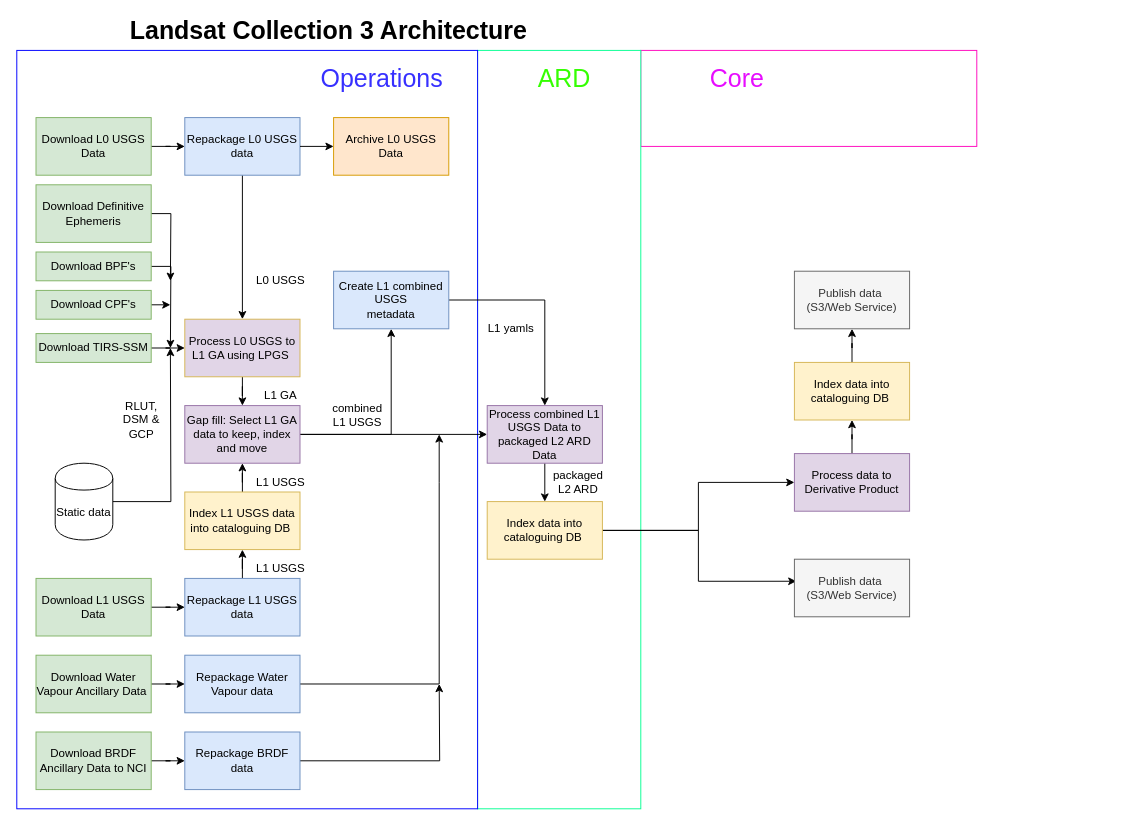
Above: collection3/c3dataflow.drawio in dunkgray/dea-document-images (draw.io), before the change. Source tidied: cells renumbered, new cells numbered last; positions are measured from the earlier drawing's top-left corner, leaving out a move shared by most shapes. Both pictures are drawn from the tidied source at 96%, with x=0, y=0 at pixel (16, 21).
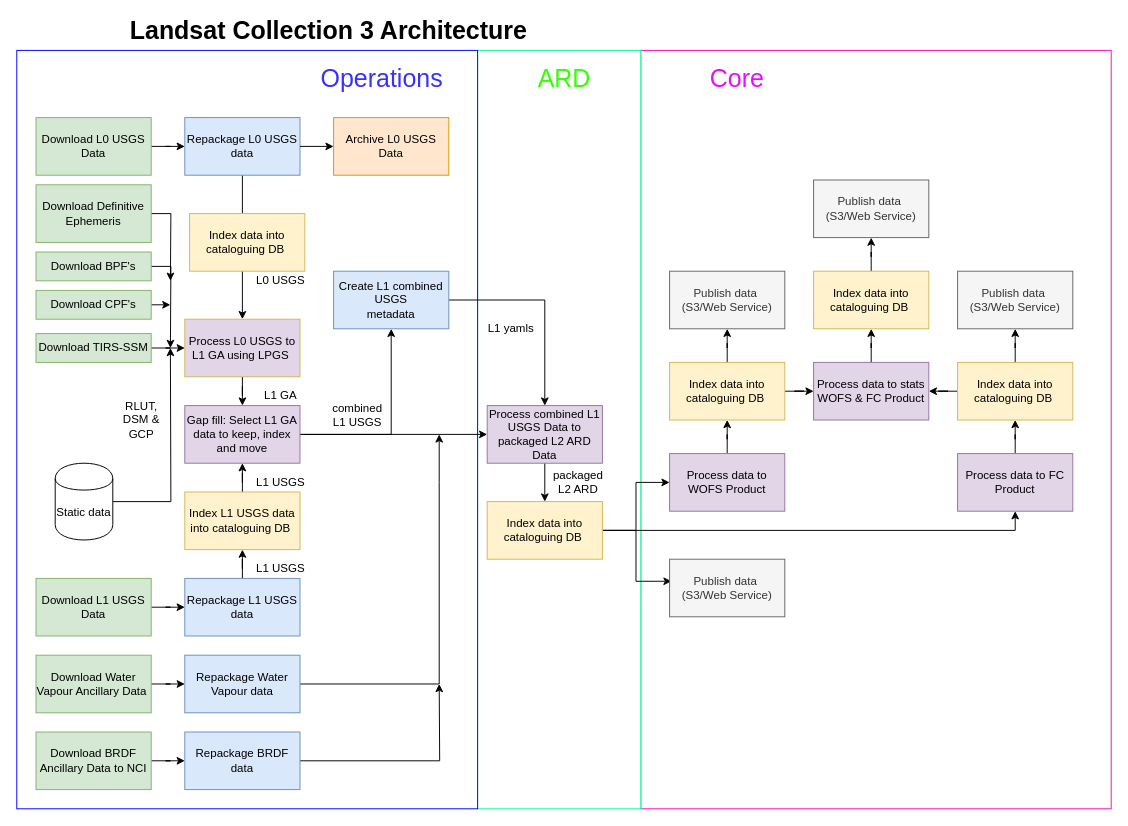
The same diagram, later.

Commit message:
add more core processes

Unchanged cells that the change refers to:
```xml
<mxCell id="12" value="Index data into cataloguing DB&amp;nbsp;" style="rounded=0;whiteSpace=wrap;html=1;fillColor=#fff2cc;strokeColor=#d6b656;" parent="1" vertex="1">
  <mxGeometry x="490" y="500" width="120" height="60" as="geometry" />
</mxCell>
```

Diff of the diagram source:
```diff
@@
     <mxCell id="2" style="rounded=0;whiteSpace=wrap;html=1;labelBackgroundColor=none;fontSize=26;strokeColor=#FF0ABE;" parent="1" vertex="1">
-      <mxGeometry x="650" y="30" width="350" height="100" as="geometry" />
+      <mxGeometry x="650" y="30" width="490" height="790" as="geometry" />
     </mxCell>
@@
+    <mxCell id="65" style="edgeStyle=orthogonalEdgeStyle;rounded=0;jettySize=auto;html=1;" parent="1" edge="1" source="12" target="69">
+      <mxGeometry relative="1" as="geometry">
+        <Array as="points">
+          <mxPoint x="1040" y="530" />
+        </Array>
+      </mxGeometry>
+    </mxCell>
@@
     <mxCell id="58" value="Publish data&amp;nbsp;&lt;br&gt;(S3/Web Service)" style="rounded=0;whiteSpace=wrap;html=1;fillColor=#f5f5f5;strokeColor=#666666;fontColor=#333333;" parent="1" vertex="1">
-      <mxGeometry x="810" y="560" width="120" height="60" as="geometry" />
+      <mxGeometry x="680" y="560" width="120" height="60" as="geometry" />
     </mxCell>
@@
-    <mxCell id="60" value="Process data to Derivative Product" style="rounded=0;whiteSpace=wrap;html=1;fillColor=#e1d5e7;strokeColor=#9673a6;" parent="1" vertex="1">
-      <mxGeometry x="810" y="450" width="120" height="60" as="geometry" />
+    <mxCell id="60" value="Process data to WOFS Product" style="rounded=0;whiteSpace=wrap;html=1;fillColor=#e1d5e7;strokeColor=#9673a6;" parent="1" vertex="1">
+      <mxGeometry x="680" y="450" width="120" height="60" as="geometry" />
     </mxCell>
@@
+    <mxCell id="66" style="edgeStyle=orthogonalEdgeStyle;rounded=0;jettySize=auto;html=1;" parent="1" edge="1" source="62" target="75">
+      <mxGeometry relative="1" as="geometry" />
+    </mxCell>
     <mxCell id="62" value="Index data into cataloguing DB&amp;nbsp;" style="rounded=0;whiteSpace=wrap;html=1;fillColor=#fff2cc;strokeColor=#d6b656;" parent="1" vertex="1">
-      <mxGeometry x="810" y="355" width="120" height="60" as="geometry" />
+      <mxGeometry x="680" y="355" width="120" height="60" as="geometry" />
     </mxCell>
     <mxCell id="63" value="Publish data&amp;nbsp;&lt;br&gt;(S3/Web Service)" style="rounded=0;whiteSpace=wrap;html=1;fillColor=#f5f5f5;strokeColor=#666666;fontColor=#333333;" parent="1" vertex="1">
-      <mxGeometry x="810" y="260" width="120" height="60" as="geometry" />
+      <mxGeometry x="680" y="260" width="120" height="60" as="geometry" />
     </mxCell>
@@
+    <mxCell id="67" value="Index data into cataloguing DB&amp;nbsp;" style="rounded=0;whiteSpace=wrap;html=1;fillColor=#fff2cc;strokeColor=#d6b656;" parent="1" vertex="1">
+      <mxGeometry x="180" y="200" width="120" height="60" as="geometry" />
+    </mxCell>
+    <mxCell id="68" style="edgeStyle=orthogonalEdgeStyle;rounded=0;jettySize=auto;html=1;entryX=0.5;entryY=1;entryDx=0;entryDy=0;" parent="1" edge="1" source="69" target="72">
+      <mxGeometry relative="1" as="geometry" />
+    </mxCell>
+    <mxCell id="69" value="Process data to FC Product" style="rounded=0;whiteSpace=wrap;html=1;fillColor=#e1d5e7;strokeColor=#9673a6;" parent="1" vertex="1">
+      <mxGeometry x="980" y="450" width="120" height="60" as="geometry" />
+    </mxCell>
+    <mxCell id="70" style="edgeStyle=orthogonalEdgeStyle;rounded=0;jettySize=auto;html=1;" parent="1" edge="1" source="72" target="73">
+      <mxGeometry relative="1" as="geometry" />
+    </mxCell>
+    <mxCell id="71" style="edgeStyle=orthogonalEdgeStyle;rounded=0;jettySize=auto;html=1;" parent="1" edge="1" source="72" target="75">
+      <mxGeometry relative="1" as="geometry" />
+    </mxCell>
+    <mxCell id="72" value="Index data into cataloguing DB&amp;nbsp;" style="rounded=0;whiteSpace=wrap;html=1;fillColor=#fff2cc;strokeColor=#d6b656;" parent="1" vertex="1">
+      <mxGeometry x="980" y="355" width="120" height="60" as="geometry" />
+    </mxCell>
+    <mxCell id="73" value="Publish data&amp;nbsp;&lt;br&gt;(S3/Web Service)" style="rounded=0;whiteSpace=wrap;html=1;fillColor=#f5f5f5;strokeColor=#666666;fontColor=#333333;" parent="1" vertex="1">
+      <mxGeometry x="980" y="260" width="120" height="60" as="geometry" />
+    </mxCell>
+    <mxCell id="74" style="edgeStyle=orthogonalEdgeStyle;rounded=0;jettySize=auto;html=1;entryX=0.5;entryY=1;entryDx=0;entryDy=0;" parent="1" edge="1" source="75" target="77">
+      <mxGeometry relative="1" as="geometry" />
+    </mxCell>
+    <mxCell id="75" value="Process data to stats WOFS &amp;amp; FC Product" style="rounded=0;whiteSpace=wrap;html=1;fillColor=#e1d5e7;strokeColor=#9673a6;" parent="1" vertex="1">
+      <mxGeometry x="830" y="355" width="120" height="60" as="geometry" />
+    </mxCell>
+    <mxCell id="76" style="edgeStyle=orthogonalEdgeStyle;rounded=0;jettySize=auto;html=1;" parent="1" edge="1" source="77" target="78">
+      <mxGeometry relative="1" as="geometry" />
+    </mxCell>
+    <mxCell id="77" value="Index data into cataloguing DB&amp;nbsp;" style="rounded=0;whiteSpace=wrap;html=1;fillColor=#fff2cc;strokeColor=#d6b656;" parent="1" vertex="1">
+      <mxGeometry x="830" y="260" width="120" height="60" as="geometry" />
+    </mxCell>
+    <mxCell id="78" value="Publish data&amp;nbsp;&lt;br&gt;(S3/Web Service)" style="rounded=0;whiteSpace=wrap;html=1;fillColor=#f5f5f5;strokeColor=#666666;fontColor=#333333;" parent="1" vertex="1">
+      <mxGeometry x="830" y="165" width="120" height="60" as="geometry" />
+    </mxCell>
```
